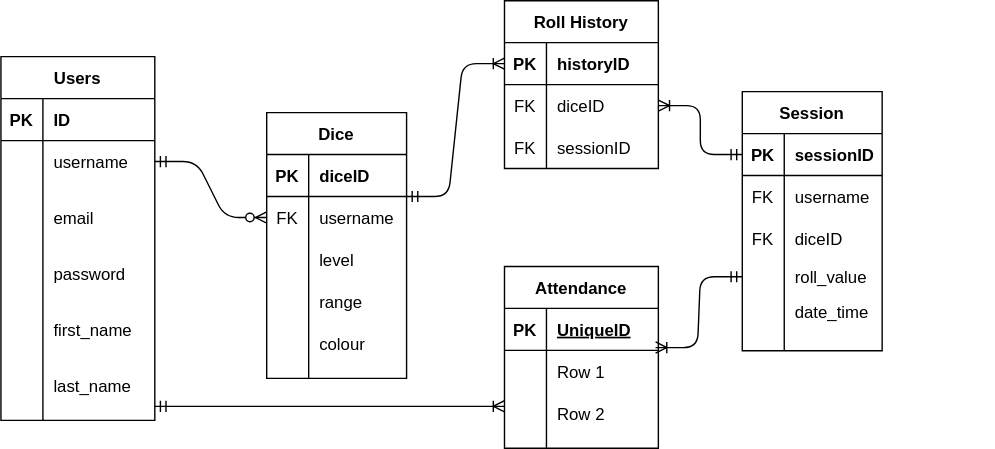
adicarlisle/QA-Core-Fundamental-Project keeps this draw.io diagram as images/databaseUML.svg. Above is the earlier version. Source tidied: cells renumbered, new cells last; positions are measured from the earlier drawing's top-left corner, leaving out a move shared by most shapes.
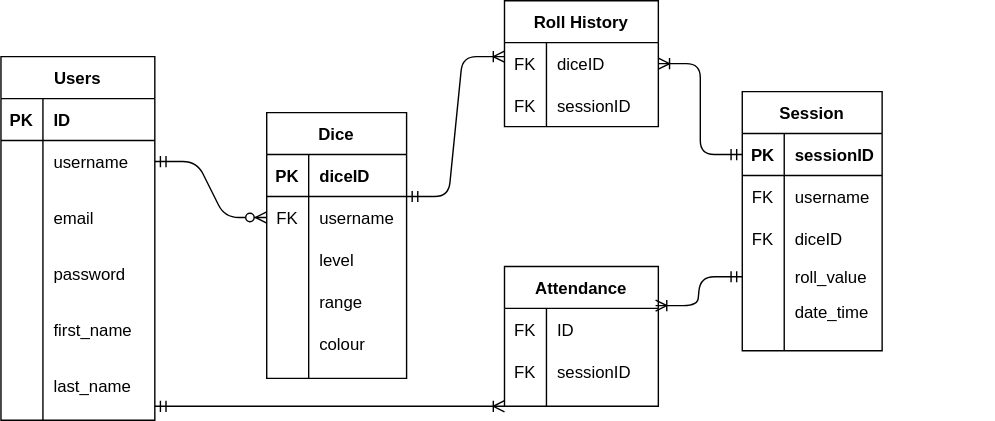
The same diagram one commit later.

The edit, as a diff of the source:
```diff
@@ -110,9 +110,10 @@
     <mxCell id="37" value="colour" style="shape=partialRectangle;fillColor=none;top=0;left=0;bottom=0;right=0;align=left;spacingLeft=6;overflow=hidden;" parent="35" vertex="1">
       <mxGeometry x="30" width="150" height="30" as="geometry" />
     </mxCell>
-    <mxCell id="38" style="edgeStyle=entityRelationEdgeStyle;fontSize=12;html=1;endArrow=ERoneToMany;startArrow=ERmandOne;entryX=0;entryY=0.5;entryDx=0;entryDy=0;" parent="21" edge="1" target="56">
+    <mxCell id="38" style="edgeStyle=entityRelationEdgeStyle;fontSize=12;html=1;endArrow=ERoneToMany;startArrow=ERmandOne;entryX=0;entryY=0.5;entryDx=0;entryDy=0;" parent="21" edge="1">
       <mxGeometry relative="1" as="geometry">
         <mxPoint x="100" y="60" as="sourcePoint" />
+        <mxPoint x="170" y="-40" as="targetPoint" />
       </mxGeometry>
     </mxCell>
     <mxCell id="39" style="group;" parent="1" vertex="1">
@@ -164,19 +165,10 @@
       <mxGeometry x="30" y="140" width="70" height="34.7" as="geometry" />
     </mxCell>
     <mxCell id="55" value="Roll History" style="shape=table;startSize=30;rowLines=0;fontStyle=1;align=center;" parent="1" vertex="1">
-      <mxGeometry x="360" width="110" height="120" as="geometry" />
+      <mxGeometry x="360" width="110" height="90" as="geometry" />
     </mxCell>
-    <mxCell id="56" style="shape=partialRectangle;fillColor=none;top=0;left=0;bottom=1;right=0;points=[[0,0.5],[1,0.5]];portConstraint=eastwest;" parent="55" vertex="1">
-      <mxGeometry y="30" width="110" height="30" as="geometry" />
-    </mxCell>
-    <mxCell id="57" value="PK" style="shape=partialRectangle;fillColor=none;top=0;left=0;bottom=0;right=0;fontStyle=1;overflow=hidden;" parent="56" vertex="1">
-      <mxGeometry width="30" height="30" as="geometry" />
-    </mxCell>
-    <mxCell id="58" value="historyID" style="shape=partialRectangle;fillColor=none;top=0;left=0;bottom=0;right=0;align=left;spacingLeft=6;fontStyle=1;overflow=hidden;" parent="56" vertex="1">
-      <mxGeometry x="30" width="80" height="30" as="geometry" />
-    </mxCell>
     <mxCell id="59" style="shape=partialRectangle;fillColor=none;top=0;left=0;bottom=0;right=0;points=[[0,0.5],[1,0.5]];portConstraint=eastwest;" parent="55" vertex="1">
-      <mxGeometry y="60" width="110" height="30" as="geometry" />
+      <mxGeometry y="30" width="110" height="30" as="geometry" />
     </mxCell>
     <mxCell id="60" value="FK" style="shape=partialRectangle;fillColor=none;top=0;left=0;bottom=0;right=0;overflow=hidden;" parent="59" vertex="1">
       <mxGeometry width="30" height="30" as="geometry" />
@@ -185,7 +177,7 @@
       <mxGeometry x="30" width="80" height="30" as="geometry" />
     </mxCell>
     <mxCell id="62" style="shape=partialRectangle;fillColor=none;top=0;left=0;bottom=0;right=0;" parent="55" vertex="1">
-      <mxGeometry y="90" width="110" height="30" as="geometry" />
+      <mxGeometry y="60" width="110" height="30" as="geometry" />
     </mxCell>
     <mxCell id="63" value="FK" style="shape=partialRectangle;fillColor=none;top=0;left=0;bottom=0;right=0;overflow=hidden;" parent="62" vertex="1">
       <mxGeometry width="30" height="30" as="geometry" />
@@ -194,33 +186,24 @@
       <mxGeometry x="30" width="80" height="30" as="geometry" />
     </mxCell>
     <mxCell id="65" value="Attendance" style="shape=table;startSize=30;rowLines=0;fontStyle=1;align=center;" parent="1" vertex="1">
-      <mxGeometry x="360" y="190" width="110" height="130" as="geometry" />
+      <mxGeometry x="360" y="190" width="110" height="100" as="geometry" />
     </mxCell>
-    <mxCell id="66" style="shape=partialRectangle;fillColor=none;top=0;left=0;bottom=1;right=0;" parent="65" vertex="1">
-      <mxGeometry y="30" width="110" height="30" as="geometry" />
-    </mxCell>
-    <mxCell id="67" value="PK" style="shape=partialRectangle;fillColor=none;top=0;left=0;bottom=0;right=0;fontStyle=1;overflow=hidden;" parent="66" vertex="1">
-      <mxGeometry width="30" height="30" as="geometry" />
-    </mxCell>
-    <mxCell id="68" value="UniqueID" style="shape=partialRectangle;fillColor=none;top=0;left=0;bottom=0;right=0;align=left;spacingLeft=6;fontStyle=5;overflow=hidden;" parent="66" vertex="1">
-      <mxGeometry x="30" width="80" height="30" as="geometry" />
-    </mxCell>
     <mxCell id="69" style="shape=partialRectangle;fillColor=none;top=0;left=0;bottom=0;right=0;points=[[0,0.5],[1,0.5]];portConstraint=eastwest;" parent="65" vertex="1">
-      <mxGeometry y="60" width="110" height="30" as="geometry" />
+      <mxGeometry y="30" width="110" height="30" as="geometry" />
     </mxCell>
-    <mxCell id="70" style="shape=partialRectangle;fillColor=none;top=0;left=0;bottom=0;right=0;overflow=hidden;" parent="69" vertex="1">
+    <mxCell id="70" value="FK" style="shape=partialRectangle;fillColor=none;top=0;left=0;bottom=0;right=0;overflow=hidden;" parent="69" vertex="1">
       <mxGeometry width="30" height="30" as="geometry" />
     </mxCell>
-    <mxCell id="71" value="Row 1" style="shape=partialRectangle;fillColor=none;top=0;left=0;bottom=0;right=0;align=left;spacingLeft=6;overflow=hidden;" parent="69" vertex="1">
+    <mxCell id="71" value="ID" style="shape=partialRectangle;fillColor=none;top=0;left=0;bottom=0;right=0;align=left;spacingLeft=6;overflow=hidden;" parent="69" vertex="1">
       <mxGeometry x="30" width="80" height="30" as="geometry" />
     </mxCell>
     <mxCell id="72" style="shape=partialRectangle;fillColor=none;top=0;left=0;bottom=0;right=0;" parent="65" vertex="1">
-      <mxGeometry y="90" width="110" height="30" as="geometry" />
+      <mxGeometry y="60" width="110" height="30" as="geometry" />
     </mxCell>
-    <mxCell id="73" style="shape=partialRectangle;fillColor=none;top=0;left=0;bottom=0;right=0;overflow=hidden;" parent="72" vertex="1">
+    <mxCell id="73" value="FK" style="shape=partialRectangle;fillColor=none;top=0;left=0;bottom=0;right=0;overflow=hidden;" parent="72" vertex="1">
       <mxGeometry width="30" height="30" as="geometry" />
     </mxCell>
-    <mxCell id="74" value="Row 2" style="shape=partialRectangle;fillColor=none;top=0;left=0;bottom=0;right=0;align=left;spacingLeft=6;overflow=hidden;" parent="72" vertex="1">
+    <mxCell id="74" value="sessionID" style="shape=partialRectangle;fillColor=none;top=0;left=0;bottom=0;right=0;align=left;spacingLeft=6;overflow=hidden;" parent="72" vertex="1">
       <mxGeometry x="30" width="80" height="30" as="geometry" />
     </mxCell>
     <mxCell id="75" style="edgeStyle=entityRelationEdgeStyle;fontSize=12;html=1;endArrow=ERoneToMany;startArrow=ERmandOne;entryX=1;entryY=0.5;entryDx=0;entryDy=0;exitX=0;exitY=0.5;exitDx=0;exitDy=0;" parent="1" edge="1" source="42" target="59">
```
